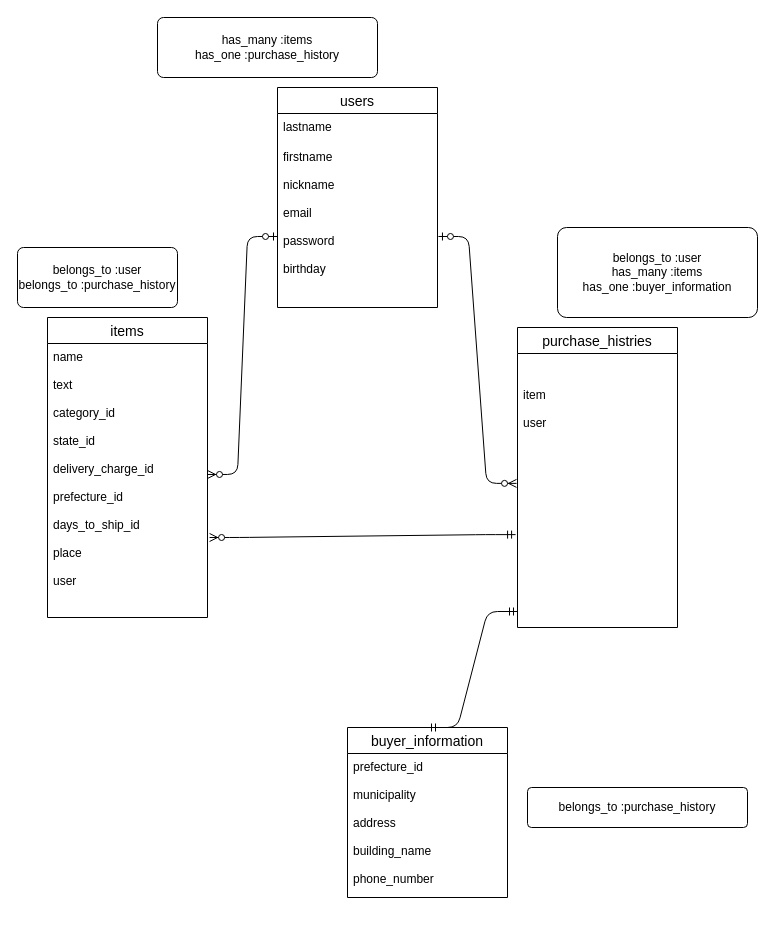
masuhiro-takumi/furima-36112 keeps this draw.io diagram as furima-36112.dio. Above is the earlier version. Source tidied: cells renumbered, new cells numbered last; positions are measured from the earlier drawing's top-left corner, leaving out a move shared by most shapes. Both pictures are drawn from the tidied source at 100%, with x=0, y=0 at pixel (17, 17).
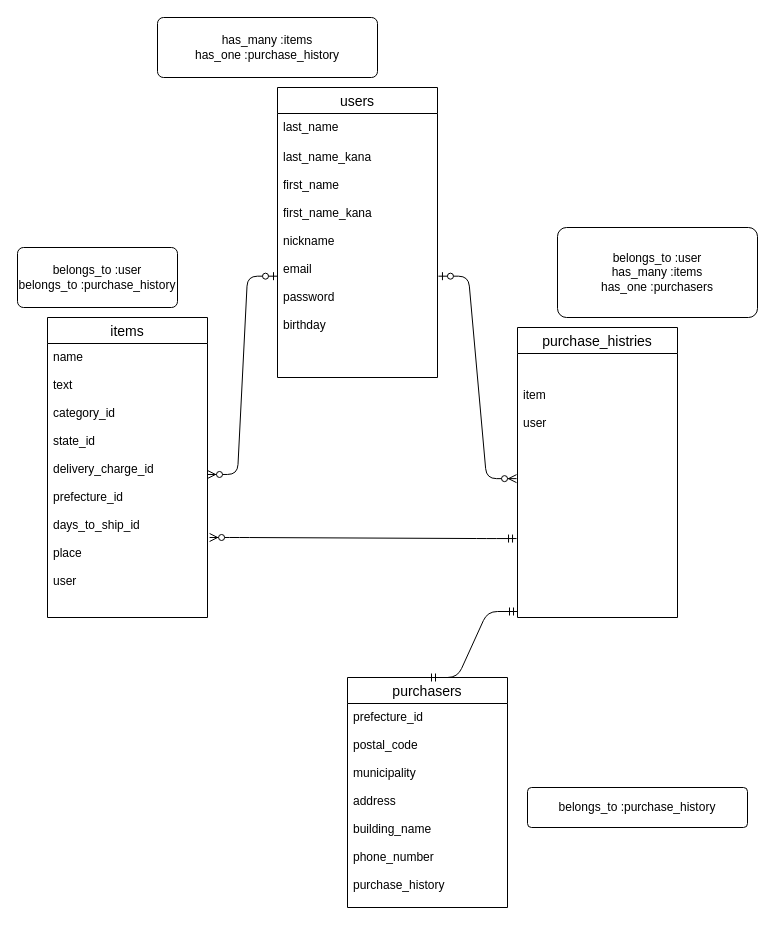
Above is the later version.

Commit message (it also covers changes not shown here):
データベース設計の修正2

What changed in the source:
```diff
@@
 <mxGraphModel>
   <root>
     <mxCell id="0" />
     <mxCell id="1" parent="0" />
     <mxCell id="2" value="users" style="swimlane;fontStyle=0;horizontal=1;startSize=26;align=center;fontSize=14;" parent="1" vertex="1">
-      <mxGeometry x="260" y="70" width="160" height="220" as="geometry" />
+      <mxGeometry x="260" y="70" width="160" height="290" as="geometry" />
     </mxCell>
-    <mxCell id="3" value="lastname&#10;&#10;" style="text;strokeColor=none;fillColor=none;spacingLeft=4;spacingRight=4;overflow=hidden;fontSize=12;" parent="2" vertex="1">
+    <mxCell id="3" value="last_name&#10;&#10;&#10;&#10;&#10;&#10;&#10;" style="text;strokeColor=none;fillColor=none;spacingLeft=4;spacingRight=4;overflow=hidden;fontSize=12;" parent="2" vertex="1">
       <mxGeometry y="26" width="160" height="30" as="geometry" />
     </mxCell>
-    <mxCell id="4" value="firstname&#10;&#10;nickname&#10;&#10;email&#10;&#10;password&#10;&#10;birthday" style="text;strokeColor=none;fillColor=none;spacingLeft=4;spacingRight=4;overflow=hidden;points=[[0,0.5],[1,0.5]];portConstraint=eastwest;fontSize=12;" parent="2" vertex="1">
-      <mxGeometry y="56" width="160" height="164" as="geometry" />
+    <mxCell id="4" value="last_name_kana&#10;&#10;first_name&#10;&#10;first_name_kana&#10;&#10;nickname&#10;&#10;email&#10;&#10;password&#10;&#10;birthday" style="text;strokeColor=none;fillColor=none;spacingLeft=4;spacingRight=4;overflow=hidden;points=[[0,0.5],[1,0.5]];portConstraint=eastwest;fontSize=12;" parent="2" vertex="1">
+      <mxGeometry y="56" width="160" height="234" as="geometry" />
     </mxCell>
     <mxCell id="5" value="items" style="swimlane;fontStyle=0;horizontal=1;startSize=26;align=center;fontSize=14;" parent="1" vertex="1">
       <mxGeometry x="30" y="300" width="160" height="300" as="geometry" />
     </mxCell>
     <mxCell id="6" value="name&#10;&#10;text&#10;&#10;category_id&#10;&#10;state_id&#10;&#10;delivery_charge_id&#10;&#10;prefecture_id&#10;&#10;days_to_ship_id&#10;&#10;place&#10;&#10;user&#10;&#10;&#10;&#10;&#10;&#10;&#10;&#10;" style="text;strokeColor=none;fillColor=none;spacingLeft=4;spacingRight=4;overflow=hidden;points=[[0,0.5],[1,0.5]];portConstraint=eastwest;fontSize=12;" parent="5" vertex="1">
       <mxGeometry y="26" width="160" height="274" as="geometry" />
     </mxCell>
     <mxCell id="7" value="purchase_histries" style="swimlane;fontStyle=0;horizontal=1;startSize=26;align=center;fontSize=14;" parent="1" vertex="1">
-      <mxGeometry x="500" y="310" width="160" height="300" as="geometry" />
+      <mxGeometry x="500" y="310" width="160" height="290" as="geometry" />
     </mxCell>
     <mxCell id="8" value="&#10;&#10;item&#10;&#10;user" style="text;strokeColor=none;fillColor=none;spacingLeft=4;spacingRight=4;overflow=hidden;points=[[0,0.5],[1,0.5]];portConstraint=eastwest;fontSize=12;" parent="7" vertex="1">
-      <mxGeometry y="26" width="160" height="274" as="geometry" />
+      <mxGeometry y="26" width="160" height="264" as="geometry" />
     </mxCell>
     <mxCell id="9" style="edgeStyle=entityRelationEdgeStyle;fontSize=12;html=1;endArrow=ERzeroToMany;startArrow=ERzeroToOne;exitX=1.006;exitY=0.567;exitDx=0;exitDy=0;exitPerimeter=0;entryX=-0.006;entryY=0.474;entryDx=0;entryDy=0;entryPerimeter=0;" parent="1" edge="1" source="4" target="8">
       <mxGeometry relative="1" as="geometry" />
     </mxCell>
     <mxCell id="10" style="edgeStyle=entityRelationEdgeStyle;fontSize=12;html=1;endArrow=ERzeroToMany;startArrow=ERzeroToOne;exitX=0;exitY=0.567;exitDx=0;exitDy=0;exitPerimeter=0;entryX=1;entryY=0.478;entryDx=0;entryDy=0;entryPerimeter=0;" parent="1" edge="1" source="4" target="6">
       <mxGeometry relative="1" as="geometry" />
     </mxCell>
     <mxCell id="11" value="belongs_to :user&lt;br&gt;belongs_to :purchase_history" style="rounded=1;arcSize=10;whiteSpace=wrap;html=1;align=center;" parent="1" vertex="1">
       <mxGeometry y="230" width="160" height="60" as="geometry" />
     </mxCell>
-    <mxCell id="12" value="belongs_to :user&lt;br&gt;has_many :items&lt;br&gt;has_one :buyer_information" style="rounded=1;arcSize=10;whiteSpace=wrap;html=1;align=center;" parent="1" vertex="1">
+    <mxCell id="12" value="belongs_to :user&lt;br&gt;has_many :items&lt;br&gt;has_one :purchasers" style="rounded=1;arcSize=10;whiteSpace=wrap;html=1;align=center;" parent="1" vertex="1">
       <mxGeometry x="540" y="210" width="200" height="90" as="geometry" />
     </mxCell>
     <mxCell id="13" value="&lt;span&gt;has_many :items&lt;/span&gt;&lt;br&gt;&lt;span&gt;has_one :purchase_history&lt;/span&gt;" style="rounded=1;arcSize=10;whiteSpace=wrap;html=1;align=center;" parent="1" vertex="1">
       <mxGeometry x="140" width="220" height="60" as="geometry" />
     </mxCell>
-    <mxCell id="14" value="buyer_information" style="swimlane;fontStyle=0;horizontal=1;startSize=26;align=center;fontSize=14;" parent="1" vertex="1">
-      <mxGeometry x="330" y="710" width="160" height="170" as="geometry" />
+    <mxCell id="14" value="purchasers" style="swimlane;fontStyle=0;horizontal=1;startSize=26;align=center;fontSize=14;" parent="1" vertex="1">
+      <mxGeometry x="330" y="660" width="160" height="230" as="geometry" />
     </mxCell>
-    <mxCell id="15" value="prefecture_id&#10;&#10;municipality&#10;&#10;address&#10;&#10;building_name&#10;&#10;phone_number" style="text;strokeColor=none;fillColor=none;spacingLeft=4;spacingRight=4;overflow=hidden;fontSize=12;" parent="14" vertex="1">
-      <mxGeometry y="26" width="160" height="144" as="geometry" />
+    <mxCell id="15" value="prefecture_id&#10;&#10;postal_code&#10;&#10;municipality&#10;&#10;address&#10;&#10;building_name&#10;&#10;phone_number&#10;&#10;purchase_history&#10;&#10;" style="text;strokeColor=none;fillColor=none;spacingLeft=4;spacingRight=4;overflow=hidden;fontSize=12;" parent="14" vertex="1">
+      <mxGeometry y="26" width="160" height="204" as="geometry" />
     </mxCell>
     <mxCell id="16" style="edgeStyle=entityRelationEdgeStyle;fontSize=12;html=1;endArrow=ERmandOne;startArrow=ERmandOne;exitX=0.5;exitY=0;exitDx=0;exitDy=0;" parent="1" edge="1" source="14">
       <mxGeometry relative="1" as="geometry">
         <mxPoint x="500" y="594" as="targetPoint" />
       </mxGeometry>
     </mxCell>
-    <mxCell id="17" style="edgeStyle=entityRelationEdgeStyle;fontSize=12;html=1;endArrow=ERzeroToMany;startArrow=ERmandOne;exitX=-0.012;exitY=0.661;exitDx=0;exitDy=0;exitPerimeter=0;entryX=1.013;entryY=0.708;entryDx=0;entryDy=0;entryPerimeter=0;" parent="1" edge="1" source="8" target="6">
+    <mxCell id="17" style="edgeStyle=entityRelationEdgeStyle;fontSize=12;html=1;endArrow=ERzeroToMany;startArrow=ERmandOne;entryX=1.013;entryY=0.708;entryDx=0;entryDy=0;entryPerimeter=0;exitX=-0.006;exitY=0.701;exitDx=0;exitDy=0;exitPerimeter=0;" parent="1" edge="1" source="8" target="6">
       <mxGeometry relative="1" as="geometry" />
     </mxCell>
     <mxCell id="18" value="belongs_to :purchase_history" style="rounded=1;arcSize=10;whiteSpace=wrap;html=1;align=center;" parent="1" vertex="1">
       <mxGeometry x="510" y="770" width="220" height="40" as="geometry" />
     </mxCell>
   </root>
 </mxGraphModel>
```
